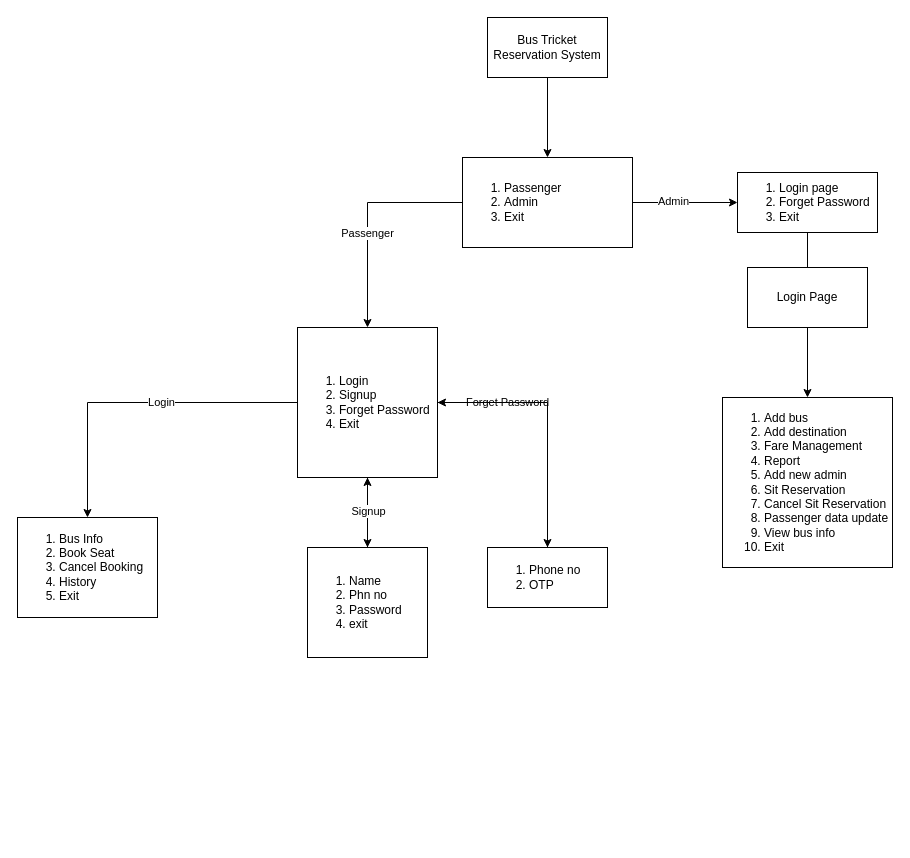
Earlier version of the draw.io diagram Capstone_Project.drawio (chowdhoury/Capstone_Project). Source tidied: cells renumbered, new cells numbered last; positions are measured from the earlier drawing's top-left corner, leaving out a move shared by most shapes. Both pictures are drawn from the tidied source at 100%, with x=0, y=0 at pixel (17, 17).
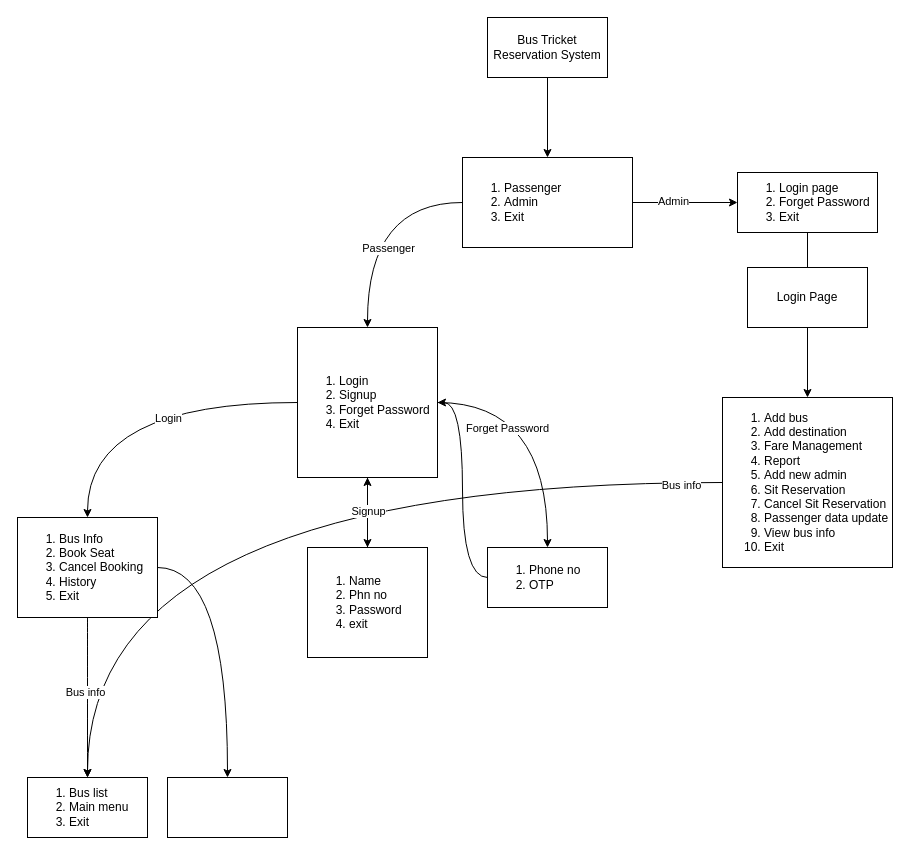
The same diagram, later.

Unchanged cells that the change refers to:
```xml
<mxCell id="8" value="&lt;ol&gt;&lt;li&gt;Passenger&lt;/li&gt;&lt;li&gt;Admin&lt;/li&gt;&lt;li&gt;Exit&lt;/li&gt;&lt;/ol&gt;" style="rounded=0;whiteSpace=wrap;html=1;align=left;" parent="1" vertex="1">
  <mxGeometry x="445" y="140" width="170" height="90" as="geometry" />
</mxCell>
<mxCell id="14" value="&lt;ol&gt;&lt;li&gt;Login&lt;/li&gt;&lt;li&gt;Signup&lt;/li&gt;&lt;li style=&quot;&quot;&gt;Forget Password&lt;/li&gt;&lt;li style=&quot;&quot;&gt;Exit&lt;/li&gt;&lt;/ol&gt;" style="whiteSpace=wrap;html=1;rounded=0;align=left;" parent="1" vertex="1">
  <mxGeometry x="280" y="310" width="140" height="150" as="geometry" />
</mxCell>
<mxCell id="15" value="&lt;ol&gt;&lt;li&gt;Add bus&lt;/li&gt;&lt;li&gt;Add destination&lt;/li&gt;&lt;li&gt;Fare Management&lt;/li&gt;&lt;li&gt;Report&lt;/li&gt;&lt;li&gt;Add new admin&lt;/li&gt;&lt;li&gt;Sit Reservation&lt;/li&gt;&lt;li&gt;Cancel Sit Reservation&lt;/li&gt;&lt;li&gt;Passenger data update&lt;/li&gt;&lt;li&gt;View bus info&lt;/li&gt;&lt;li&gt;Exit&lt;/li&gt;&lt;/ol&gt;" style="whiteSpace=wrap;html=1;rounded=0;align=left;" parent="1" vertex="1">
  <mxGeometry x="705" y="380" width="170" height="170" as="geometry" />
</mxCell>
<mxCell id="19" value="&lt;ol&gt;&lt;li&gt;Bus Info&lt;/li&gt;&lt;li&gt;Book Seat&lt;/li&gt;&lt;li&gt;Cancel Booking&lt;/li&gt;&lt;li&gt;History&lt;/li&gt;&lt;li&gt;Exit&lt;/li&gt;&lt;/ol&gt;" style="whiteSpace=wrap;html=1;align=left;rounded=0;" parent="1" vertex="1">
  <mxGeometry y="500" width="140" height="100" as="geometry" />
</mxCell>
<mxCell id="24" value="&lt;ol&gt;&lt;li&gt;Phone no&lt;/li&gt;&lt;li&gt;OTP&lt;/li&gt;&lt;/ol&gt;" style="whiteSpace=wrap;html=1;align=left;rounded=0;" parent="1" vertex="1">
  <mxGeometry x="470" y="530" width="120" height="60" as="geometry" />
</mxCell>
```

The edit, as a diff of the source:
```diff
@@
-    <mxCell id="4" style="edgeStyle=orthogonalEdgeStyle;rounded=0;jettySize=auto;html=1;" parent="1" edge="1" source="8" target="14">
+    <mxCell id="4" style="edgeStyle=orthogonalEdgeStyle;rounded=0;jettySize=auto;html=1;curved=1;" parent="1" edge="1" source="8" target="14">
       <mxGeometry relative="1" as="geometry" />
     </mxCell>
     <mxCell id="5" value="Passenger" style="edgeLabel;html=1;align=center;verticalAlign=middle;" parent="4" vertex="1">
-      <mxGeometry x="0.14" y="-1" relative="1" as="geometry" />
+      <mxGeometry x="0.14" y="-1" relative="1" as="geometry">
+        <mxPoint x="21" y="15" as="offset" />
+      </mxGeometry>
     </mxCell>
@@
-    <mxCell id="9" style="edgeStyle=orthogonalEdgeStyle;rounded=0;jettySize=auto;html=1;" parent="1" edge="1" source="14" target="19">
+    <mxCell id="9" style="edgeStyle=orthogonalEdgeStyle;rounded=0;jettySize=auto;html=1;curved=1;" parent="1" edge="1" source="14" target="19">
       <mxGeometry relative="1" as="geometry" />
     </mxCell>
     <mxCell id="10" value="Login" style="edgeLabel;html=1;align=center;verticalAlign=middle;" parent="9" vertex="1">
-      <mxGeometry x="-0.16" y="-1" relative="1" as="geometry" />
+      <mxGeometry x="-0.16" y="-1" relative="1" as="geometry">
+        <mxPoint x="7" y="16" as="offset" />
+      </mxGeometry>
     </mxCell>
@@
-    <mxCell id="12" style="edgeStyle=orthogonalEdgeStyle;rounded=0;jettySize=auto;html=1;" parent="1" edge="1" source="14" target="24">
+    <mxCell id="12" style="edgeStyle=orthogonalEdgeStyle;rounded=0;jettySize=auto;html=1;curved=1;" parent="1" edge="1" source="14" target="24">
       <mxGeometry relative="1" as="geometry" />
     </mxCell>
     <mxCell id="13" value="Forget Password" style="edgeLabel;html=1;align=center;verticalAlign=middle;" parent="12" vertex="1">
-      <mxGeometry x="-0.46" y="1" relative="1" as="geometry" />
+      <mxGeometry x="-0.46" y="1" relative="1" as="geometry">
+        <mxPoint y="26" as="offset" />
+      </mxGeometry>
     </mxCell>
@@
+    <mxCell id="25" style="edgeStyle=orthogonalEdgeStyle;rounded=0;jettySize=auto;html=1;entryX=0.5;entryY=0;entryDx=0;entryDy=0;curved=1;" parent="1" edge="1" source="15" target="30">
+      <mxGeometry relative="1" as="geometry" />
+    </mxCell>
+    <mxCell id="26" value="Bus info" style="edgeLabel;html=1;align=center;verticalAlign=middle;" parent="25" vertex="1">
+      <mxGeometry x="-0.91" y="2" relative="1" as="geometry" />
+    </mxCell>
@@
+    <mxCell id="27" style="edgeStyle=orthogonalEdgeStyle;rounded=0;jettySize=auto;html=1;curved=1;" parent="1" edge="1" source="19" target="30">
+      <mxGeometry relative="1" as="geometry" />
+    </mxCell>
+    <mxCell id="28" value="Bus info" style="edgeLabel;html=1;align=center;verticalAlign=middle;" parent="27" vertex="1">
+      <mxGeometry x="-0.07" y="-3" relative="1" as="geometry" />
+    </mxCell>
+    <mxCell id="29" style="edgeStyle=orthogonalEdgeStyle;rounded=0;jettySize=auto;html=1;curved=1;" parent="1" edge="1" source="19" target="31">
+      <mxGeometry relative="1" as="geometry" />
+    </mxCell>
@@
-    <mxCell id="23" style="edgeStyle=orthogonalEdgeStyle;rounded=0;jettySize=auto;html=1;entryX=1;entryY=0.5;entryDx=0;entryDy=0;" parent="1" edge="1" source="24" target="14">
-      <mxGeometry relative="1" as="geometry">
-        <Array as="points">
-          <mxPoint x="530" y="385" />
-        </Array>
-      </mxGeometry>
+    <mxCell id="23" style="edgeStyle=orthogonalEdgeStyle;rounded=0;jettySize=auto;html=1;entryX=1;entryY=0.5;entryDx=0;entryDy=0;curved=1;" parent="1" edge="1" source="24" target="14">
+      <mxGeometry relative="1" as="geometry" />
     </mxCell>
@@
+    <mxCell id="30" value="&lt;ol&gt;&lt;li&gt;Bus list&lt;/li&gt;&lt;li&gt;Main menu&lt;/li&gt;&lt;li&gt;Exit&lt;/li&gt;&lt;/ol&gt;" style="rounded=0;whiteSpace=wrap;html=1;align=left;" parent="1" vertex="1">
+      <mxGeometry x="10" y="760" width="120" height="60" as="geometry" />
+    </mxCell>
+    <mxCell id="31" style="whiteSpace=wrap;html=1;align=left;rounded=0;" parent="1" vertex="1">
+      <mxGeometry x="150" y="760" width="120" height="60" as="geometry" />
+    </mxCell>
```
